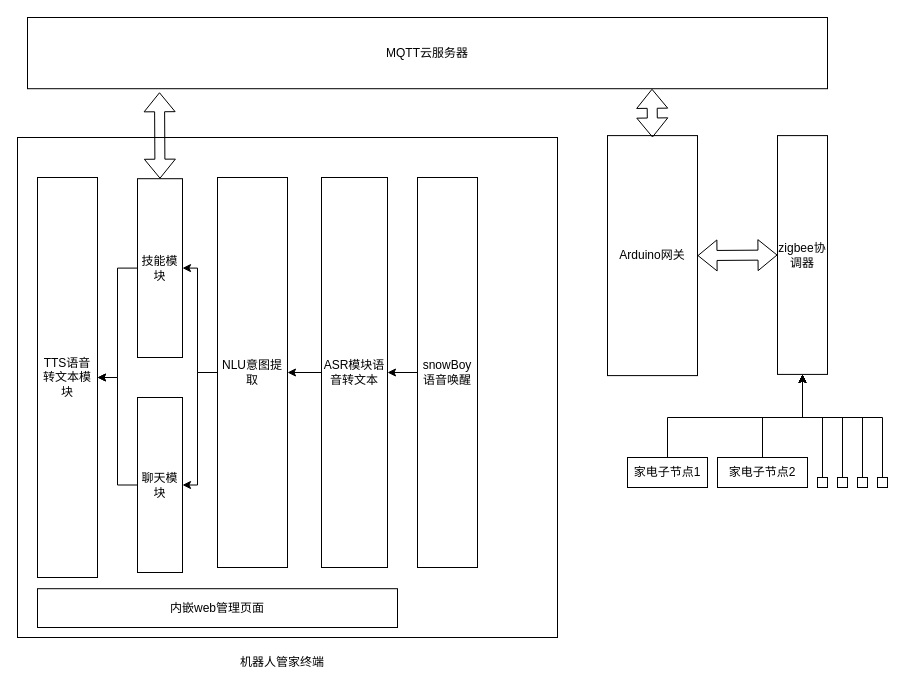
Earlier version of the draw.io diagram my01.drawio (specychicken/drawIO2). Source tidied: cells renumbered, new cells numbered last; positions are measured from the earlier drawing's top-left corner, leaving out a move shared by most shapes. Both pictures are drawn from the tidied source at 100%, with x=0, y=0 at pixel (17, 17).
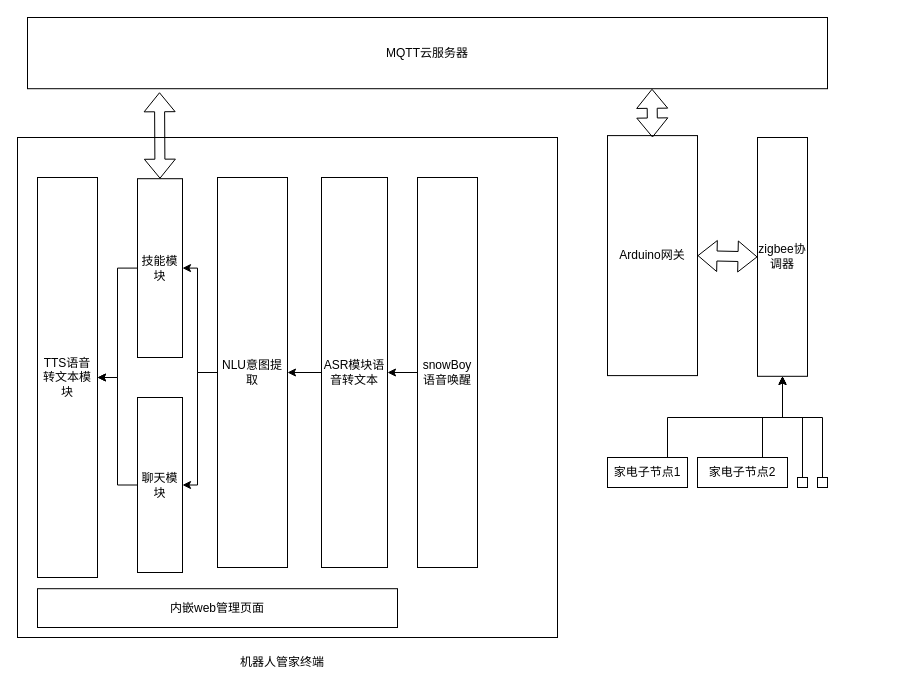
The same page after the edit.

Change to the diagram source:
```diff
@@
     <mxCell id="16" value="zigbee协调器" style="rounded=0;whiteSpace=wrap;html=1;" parent="1" vertex="1">
-      <mxGeometry x="760" y="118.1" width="50" height="238.8" as="geometry" />
+      <mxGeometry x="740" y="120" width="50" height="238.8" as="geometry" />
     </mxCell>
     <mxCell id="17" style="edgeStyle=orthogonalEdgeStyle;rounded=0;jettySize=auto;html=1;" parent="1" edge="1" source="18" target="16">
       <mxGeometry relative="1" as="geometry">
         <Array as="points">
           <mxPoint x="745" y="400" />
-          <mxPoint x="785" y="400" />
+          <mxPoint x="765" y="400" />
         </Array>
       </mxGeometry>
     </mxCell>
     <mxCell id="18" value="家电子节点2" style="rounded=0;whiteSpace=wrap;html=1;" parent="1" vertex="1">
-      <mxGeometry x="700" y="440" width="90" height="30" as="geometry" />
+      <mxGeometry x="680" y="440" width="90" height="30" as="geometry" />
     </mxCell>
     <mxCell id="19" style="edgeStyle=orthogonalEdgeStyle;rounded=0;jettySize=auto;html=1;" parent="1" edge="1" source="20" target="16">
       <mxGeometry relative="1" as="geometry">
         <Array as="points">
           <mxPoint x="650" y="400" />
-          <mxPoint x="785" y="400" />
+          <mxPoint x="765" y="400" />
         </Array>
       </mxGeometry>
     </mxCell>
     <mxCell id="20" value="家电子节点1" style="rounded=0;whiteSpace=wrap;html=1;" parent="1" vertex="1">
-      <mxGeometry x="610" y="440" width="80" height="30" as="geometry" />
+      <mxGeometry x="590" y="440" width="80" height="30" as="geometry" />
     </mxCell>
     <mxCell id="21" style="edgeStyle=orthogonalEdgeStyle;rounded=0;jettySize=auto;html=1;" parent="1" edge="1" source="22" target="16">
       <mxGeometry relative="1" as="geometry">
         <Array as="points">
-          <mxPoint x="805" y="400" />
           <mxPoint x="785" y="400" />
+          <mxPoint x="765" y="400" />
         </Array>
       </mxGeometry>
     </mxCell>
     <mxCell id="22" style="rounded=0;whiteSpace=wrap;html=1;" parent="1" vertex="1">
-      <mxGeometry x="800" y="460" width="10" height="10" as="geometry" />
+      <mxGeometry x="780" y="460" width="10" height="10" as="geometry" />
     </mxCell>
     <mxCell id="23" style="edgeStyle=orthogonalEdgeStyle;rounded=0;jettySize=auto;html=1;" parent="1" edge="1" source="24" target="16">
       <mxGeometry relative="1" as="geometry">
         <Array as="points">
-          <mxPoint x="825" y="400" />
-          <mxPoint x="785" y="400" />
+          <mxPoint x="805" y="400" />
+          <mxPoint x="765" y="400" />
         </Array>
       </mxGeometry>
     </mxCell>
     <mxCell id="24" style="rounded=0;whiteSpace=wrap;html=1;" parent="1" vertex="1">
-      <mxGeometry x="820" y="460" width="10" height="10" as="geometry" />
+      <mxGeometry x="800" y="460" width="10" height="10" as="geometry" />
     </mxCell>
-    <mxCell id="25" style="edgeStyle=orthogonalEdgeStyle;rounded=0;jettySize=auto;html=1;exitX=0.5;exitY=0;exitDx=0;exitDy=0;entryX=0.5;entryY=1;entryDx=0;entryDy=0;" parent="1" edge="1" source="26" target="16">
-      <mxGeometry relative="1" as="geometry">
-        <Array as="points">
-          <mxPoint x="845" y="400" />
-          <mxPoint x="785" y="400" />
-        </Array>
-      </mxGeometry>
-    </mxCell>
-    <mxCell id="26" style="rounded=0;whiteSpace=wrap;html=1;" parent="1" vertex="1">
-      <mxGeometry x="840" y="460" width="10" height="10" as="geometry" />
-    </mxCell>
-    <mxCell id="27" style="edgeStyle=orthogonalEdgeStyle;rounded=0;jettySize=auto;html=1;exitX=0.5;exitY=0;exitDx=0;exitDy=0;entryX=0.5;entryY=1;entryDx=0;entryDy=0;" parent="1" edge="1" source="28" target="16">
-      <mxGeometry relative="1" as="geometry">
-        <Array as="points">
-          <mxPoint x="865" y="400" />
-          <mxPoint x="785" y="400" />
-        </Array>
-      </mxGeometry>
-    </mxCell>
-    <mxCell id="28" style="rounded=0;whiteSpace=wrap;html=1;" parent="1" vertex="1">
-      <mxGeometry x="860" y="460" width="10" height="10" as="geometry" />
-    </mxCell>
```
